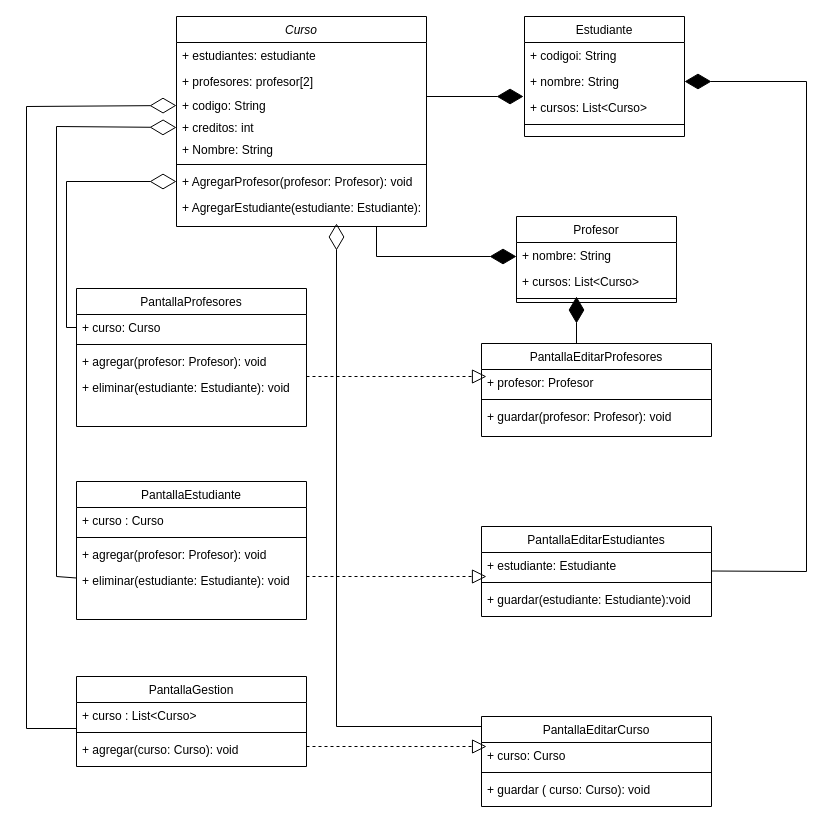
Before: Untitled Diagram.drawio in victovictorio00/Diagramas, a draw.io diagram. Source tidied: cells renumbered, new cells numbered last; positions are measured from the earlier drawing's top-left corner, leaving out a move shared by most shapes. Both pictures are drawn from the tidied source at 100%, with x=0, y=0 at pixel (26, 16).
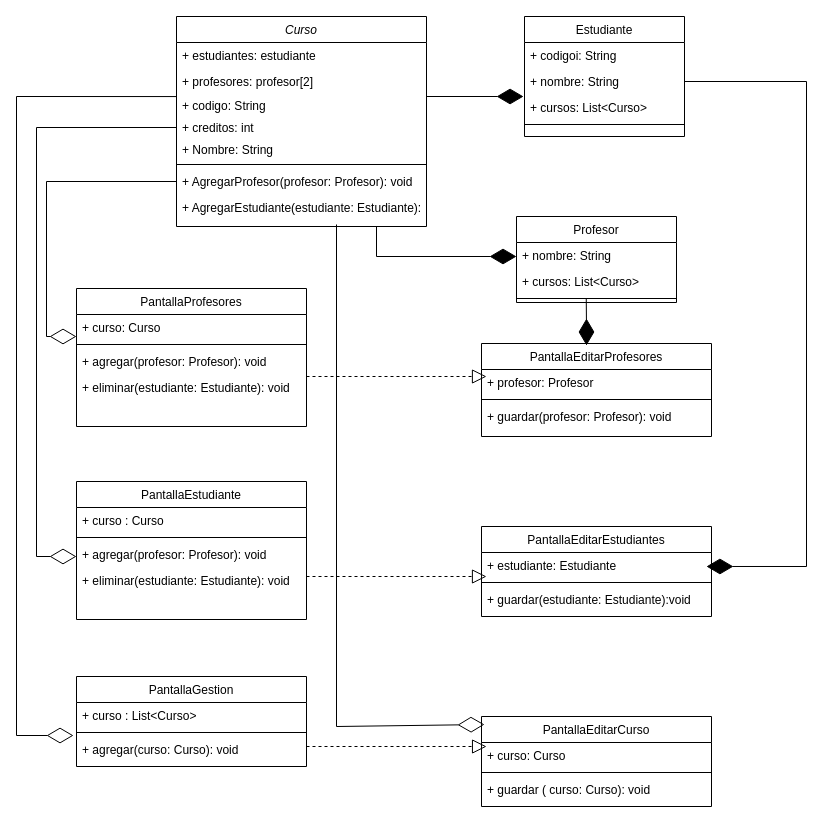
The same diagram, later.

The change refers to these unchanged cells:
```xml
<mxCell id="5" value="+ codigo: String" style="text;align=left;verticalAlign=middle;spacingLeft=4;spacingRight=4;overflow=hidden;points=[[0,0.5],[1,0.5]];portConstraint=eastwest;rounded=0;shadow=0;html=0;" parent="2" vertex="1">
  <mxGeometry y="78" width="250" height="22" as="geometry" />
</mxCell>
<mxCell id="6" value="+ creditos: int" style="text;align=left;verticalAlign=middle;spacingLeft=4;spacingRight=4;overflow=hidden;points=[[0,0.5],[1,0.5]];portConstraint=eastwest;rounded=0;shadow=0;html=0;" parent="2" vertex="1">
  <mxGeometry y="100" width="250" height="22" as="geometry" />
</mxCell>
<mxCell id="9" value="+ AgregarProfesor(profesor: Profesor): void" style="text;align=left;verticalAlign=top;spacingLeft=4;spacingRight=4;overflow=hidden;points=[[0,0.5],[1,0.5]];portConstraint=eastwest;" parent="2" vertex="1">
  <mxGeometry y="152" width="250" height="26" as="geometry" />
</mxCell>
<mxCell id="10" value="+ AgregarEstudiante(estudiante: Estudiante): void" style="text;align=left;verticalAlign=top;spacingLeft=4;spacingRight=4;overflow=hidden;points=[[0,0.5],[1,0.5]];portConstraint=eastwest;" parent="2" vertex="1">
  <mxGeometry y="178" width="250" height="26" as="geometry" />
</mxCell>
<mxCell id="12" value="+ curso: Curso" style="text;align=left;verticalAlign=top;spacingLeft=4;spacingRight=4;overflow=hidden;points=[[0,0.5],[1,0.5]];portConstraint=eastwest;" parent="11" vertex="1">
  <mxGeometry y="26" width="230" height="26" as="geometry" />
</mxCell>
<mxCell id="19" style="line;html=1;strokeWidth=1;align=left;verticalAlign=middle;spacingTop=-1;spacingLeft=3;spacingRight=3;labelPosition=right;points=[];portConstraint=eastwest;" parent="16" vertex="1">
  <mxGeometry y="78" width="160" height="8" as="geometry" />
</mxCell>
<mxCell id="22" value="+ nombre: String" style="text;align=left;verticalAlign=top;spacingLeft=4;spacingRight=4;overflow=hidden;points=[[0,0.5],[1,0.5]];portConstraint=eastwest;rounded=0;shadow=0;html=0;" parent="20" vertex="1">
  <mxGeometry y="52" width="160" height="26" as="geometry" />
</mxCell>
<mxCell id="26" value="PantallaEstudiante" style="swimlane;fontStyle=0;align=center;verticalAlign=top;horizontal=1;startSize=26;rounded=0;shadow=0;strokeWidth=1;" parent="1" vertex="1">
  <mxGeometry x="50" y="465" width="230" height="138" as="geometry" />
</mxCell>
<mxCell id="32" value="PantallaGestion" style="swimlane;fontStyle=0;align=center;verticalAlign=top;horizontal=1;startSize=26;rounded=0;shadow=0;strokeWidth=1;" parent="1" vertex="1">
  <mxGeometry x="50" y="660" width="230" height="90" as="geometry" />
</mxCell>
<mxCell id="36" value="+ agregar(curso: Curso): void" style="text;align=left;verticalAlign=top;spacingLeft=4;spacingRight=4;overflow=hidden;points=[[0,0.5],[1,0.5]];portConstraint=eastwest;fontStyle=0;" parent="32" vertex="1">
  <mxGeometry y="60" width="230" height="26" as="geometry" />
</mxCell>
<mxCell id="42" value="+ estudiante: Estudiante" style="text;align=left;verticalAlign=top;spacingLeft=4;spacingRight=4;overflow=hidden;points=[[0,0.5],[1,0.5]];portConstraint=eastwest;" parent="41" vertex="1">
  <mxGeometry y="26" width="230" height="26" as="geometry" />
</mxCell>
<mxCell id="45" value="PantallaEditarCurso" style="swimlane;fontStyle=0;align=center;verticalAlign=top;horizontal=1;startSize=26;rounded=0;shadow=0;strokeWidth=1;" parent="1" vertex="1">
  <mxGeometry x="455" y="700" width="230" height="90" as="geometry" />
</mxCell>
```

Change to the diagram source:
```diff
@@
-    <mxCell id="30" style="endArrow=diamondThin;endFill=0;endSize=24;html=1;rounded=0;entryX=0;entryY=0.5;entryDx=0;entryDy=0;" parent="26" edge="1" target="6">
-      <mxGeometry relative="1" as="geometry">
-        <mxPoint y="96.5" as="sourcePoint" />
-        <Array as="points">
-          <mxPoint x="-20" y="95" />
-          <mxPoint x="-20" y="-355" />
-        </Array>
-      </mxGeometry>
-    </mxCell>
@@
-    <mxCell id="34" style="endArrow=diamondThin;endFill=0;endSize=24;html=1;rounded=0;entryX=0;entryY=0.5;entryDx=0;entryDy=0;" parent="32" edge="1" target="5">
-      <mxGeometry relative="1" as="geometry">
-        <mxPoint y="52" as="sourcePoint" />
-        <Array as="points">
-          <mxPoint x="-50" y="52" />
-          <mxPoint x="-50" y="-570" />
-        </Array>
-      </mxGeometry>
-    </mxCell>
@@
-    <mxCell id="46" style="endArrow=diamondThin;endFill=0;endSize=24;html=1;rounded=0;entryX=0.64;entryY=1.115;entryDx=0;entryDy=0;entryPerimeter=0;" parent="45" edge="1" target="10">
-      <mxGeometry relative="1" as="geometry">
-        <mxPoint y="10" as="sourcePoint" />
-        <Array as="points">
-          <mxPoint x="-145" y="10" />
-        </Array>
-      </mxGeometry>
-    </mxCell>
@@
-    <mxCell id="54" style="endArrow=diamondThin;endFill=1;endSize=24;html=1;rounded=0;" parent="1" edge="1">
-      <mxGeometry relative="1" as="geometry">
-        <mxPoint x="550" y="327" as="sourcePoint" />
-        <mxPoint x="550" y="280" as="targetPoint" />
-      </mxGeometry>
-    </mxCell>
-    <mxCell id="55" style="endArrow=diamondThin;endFill=1;endSize=24;html=1;rounded=0;entryX=1;entryY=0.5;entryDx=0;entryDy=0;" parent="1" edge="1" target="22">
+    <mxCell id="55" style="endArrow=diamondThin;endFill=1;endSize=24;html=1;rounded=0;exitX=1;exitY=0.5;exitDx=0;exitDy=0;entryX=0.978;entryY=0.538;entryDx=0;entryDy=0;entryPerimeter=0;" parent="1" edge="1" source="22" target="42">
       <mxGeometry relative="1" as="geometry">
-        <mxPoint x="685" y="554.5" as="sourcePoint" />
         <Array as="points">
-          <mxPoint x="780" y="555" />
           <mxPoint x="780" y="65" />
+          <mxPoint x="780" y="550" />
         </Array>
       </mxGeometry>
     </mxCell>
-    <mxCell id="56" style="endArrow=diamondThin;endFill=0;endSize=24;html=1;rounded=0;entryX=0;entryY=0.5;entryDx=0;entryDy=0;exitX=0;exitY=0.5;exitDx=0;exitDy=0;" parent="1" edge="1" source="12" target="9">
-      <mxGeometry relative="1" as="geometry">
-        <Array as="points">
-          <mxPoint x="40" y="311" />
-          <mxPoint x="40" y="165" />
-        </Array>
-      </mxGeometry>
-    </mxCell>
+    <mxCell id="34" style="endArrow=diamondThin;endFill=0;endSize=24;html=1;rounded=0;exitX=-0.001;exitY=0.094;exitDx=0;exitDy=0;exitPerimeter=0;entryX=-0.013;entryY=-0.038;entryDx=0;entryDy=0;entryPerimeter=0;" parent="1" edge="1" source="5" target="36">
+      <mxGeometry relative="1" as="geometry">
+        <Array as="points">
+          <mxPoint x="-10" y="80" />
+          <mxPoint x="-10" y="719" />
+        </Array>
+      </mxGeometry>
+    </mxCell>
+    <mxCell id="57" style="endArrow=diamondThin;endFill=0;endSize=24;html=1;rounded=0;exitX=0;exitY=0.5;exitDx=0;exitDy=0;" parent="1" edge="1" source="6">
+      <mxGeometry relative="1" as="geometry">
+        <mxPoint x="50" y="540" as="targetPoint" />
+        <Array as="points">
+          <mxPoint x="10" y="111" />
+          <mxPoint x="10" y="540" />
+        </Array>
+      </mxGeometry>
+    </mxCell>
+    <mxCell id="58" style="endArrow=diamondThin;endFill=0;endSize=24;html=1;rounded=0;exitX=0;exitY=0.5;exitDx=0;exitDy=0;" parent="1" edge="1" source="9">
+      <mxGeometry relative="1" as="geometry">
+        <mxPoint x="50" y="320" as="targetPoint" />
+        <Array as="points">
+          <mxPoint x="20" y="165" />
+          <mxPoint x="20" y="320" />
+        </Array>
+      </mxGeometry>
+    </mxCell>
+    <mxCell id="46" style="endArrow=diamondThin;endFill=0;endSize=24;html=1;rounded=0;entryX=0.013;entryY=0.089;entryDx=0;entryDy=0;entryPerimeter=0;exitX=0.64;exitY=1.154;exitDx=0;exitDy=0;exitPerimeter=0;" parent="1" edge="1" source="10" target="45">
+      <mxGeometry relative="1" as="geometry">
+        <Array as="points">
+          <mxPoint x="310" y="710" />
+        </Array>
+      </mxGeometry>
+    </mxCell>
+    <mxCell id="59" style="endArrow=diamondThin;endFill=1;endSize=24;html=1;rounded=0;exitX=0.436;exitY=0.466;exitDx=0;exitDy=0;exitPerimeter=0;" parent="1" edge="1" source="19">
+      <mxGeometry relative="1" as="geometry">
+        <mxPoint x="560" y="302" as="targetPoint" />
+        <Array as="points">
+          <mxPoint x="560" y="312" />
+        </Array>
+      </mxGeometry>
+    </mxCell>
```
